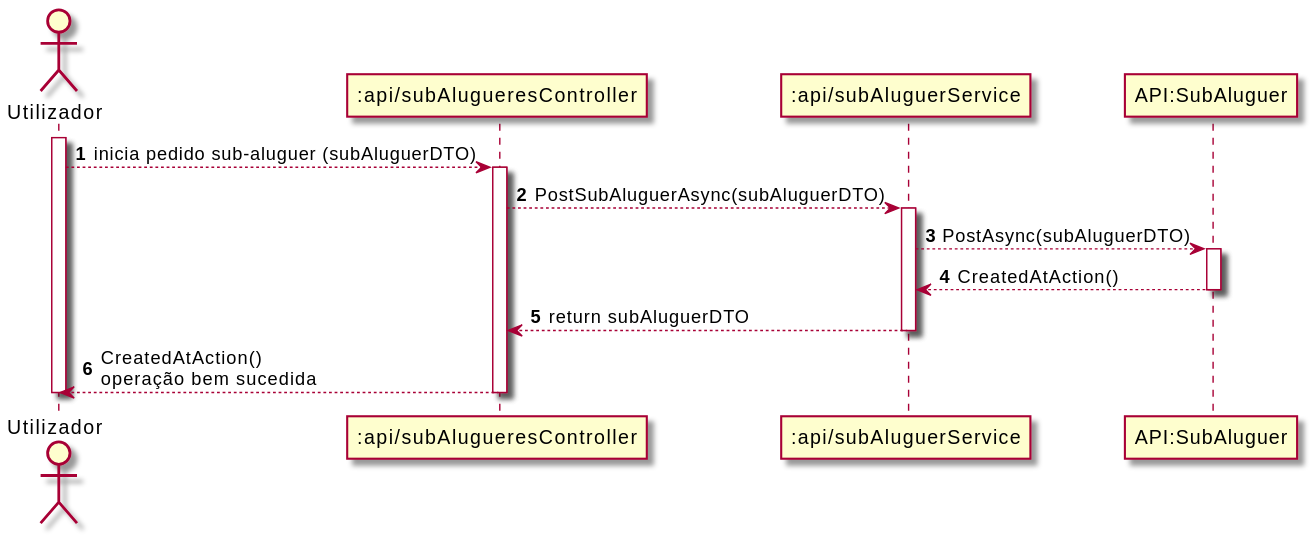
Before: Documentos/Sprint4/UC5/UC5_SD.svg, a diagram exported from PlantUML (UPskillDOTNET/Jakim-das-Coives-S.A.).
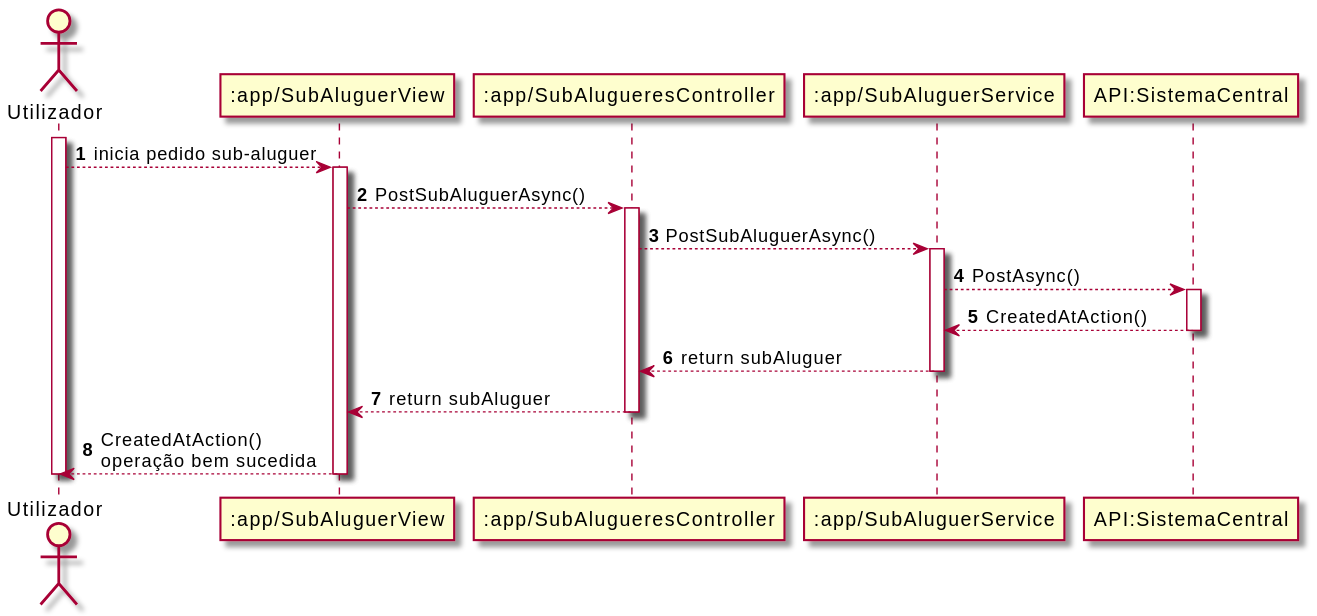
Later version of the same file.

What changed in the source:
```diff
@@ -1,27 +1,34 @@
 @startuml
 autonumber
 actor "Utilizador" as U
-participant ":api/subAlugueresController" as SC
-participant ":api/subAluguerService" as SS
-participant "API:SubAluguer" as API
+participant ":app/SubAluguerView" as SV
+participant ":app/SubAlugueresController" as SC
+participant ":app/SubAluguerService" as SS
+participant "API:SistemaCentral" as API
 
 activate U
-U --> SC : inicia pedido sub-aluguer (subAluguerDTO)
+U --> SV : inicia pedido sub-aluguer
+activate SV
+
+SV --> SC : PostSubAluguerAsync()
 activate SC
 
-SC --> SS : PostSubAluguerAsync(subAluguerDTO)
+SC --> SS : PostSubAluguerAsync()
 activate SS
 
-SS --> API : PostAsync(subAluguerDTO)
+SS --> API : PostAsync()
 activate API
 
 API --> SS : CreatedAtAction()
 deactivate API
 
-SS --> SC : return subAluguerDTO
+SS --> SC : return subAluguer
 deactivate SS
 
-SC --> U: CreatedAtAction()\noperação bem sucedida
+SC --> SV : return subAluguer
 deactivate SC
+
+SV --> U: CreatedAtAction()\noperação bem sucedida
+deactivate SV
 deactivate U
 @enduml
```
